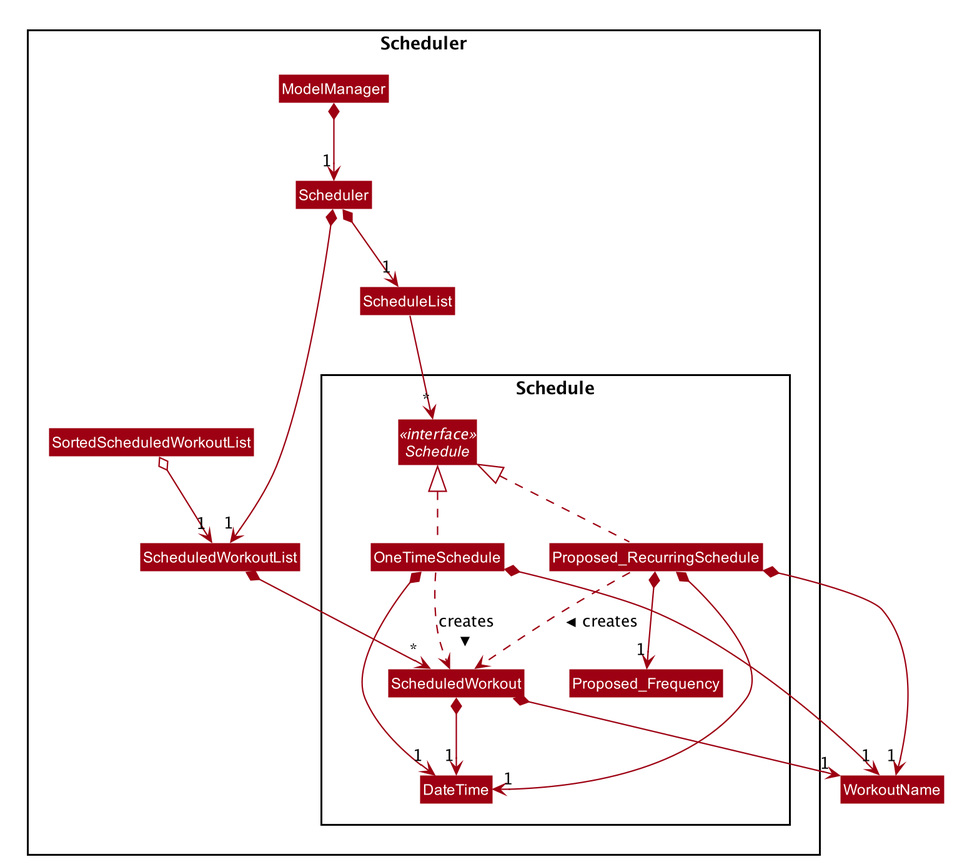
The PlantUML diagram images/developer-guide/schedule/ModelScheduleClassDiagram.png in alloystory/cs2103t_zerotoone, before a commit.
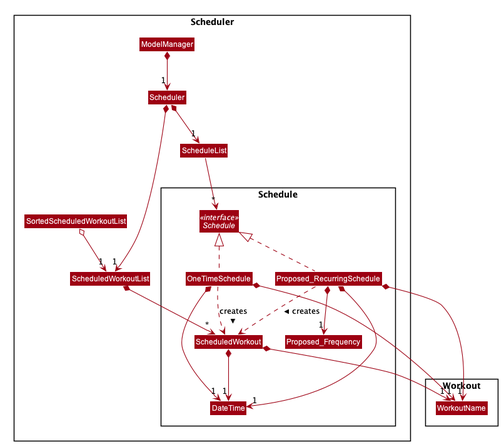
Above is the later version.

The edit, as a diff of the source:
```diff
@@ -1,4 +1,5 @@
 @startuml
+
 
 
 
@@ -70,6 +71,10 @@
     }
 }
 
+Package Workout {
+    Class WorkoutName
+}
+
 ModelManager *-down-> "1" Scheduler
 
 Scheduler *-down-> "1" ScheduledWorkoutList
```
